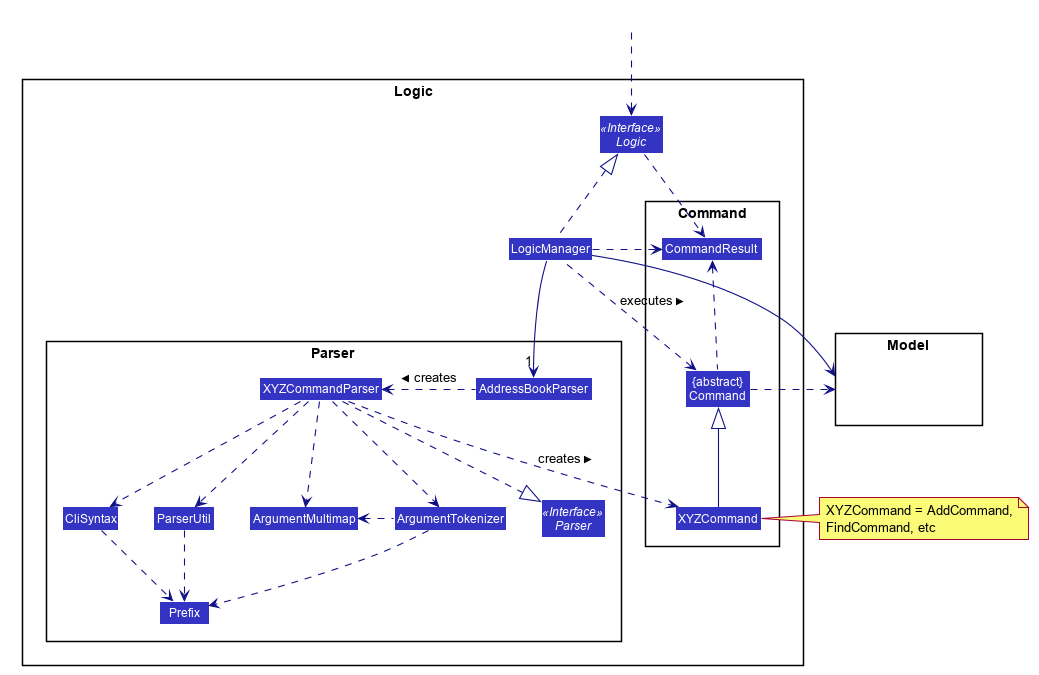
Above: docs/images/LogicClassDiagram.png in nus-cs2103-AY1920S2/addressbook-level3 (PlantUML), before the change.
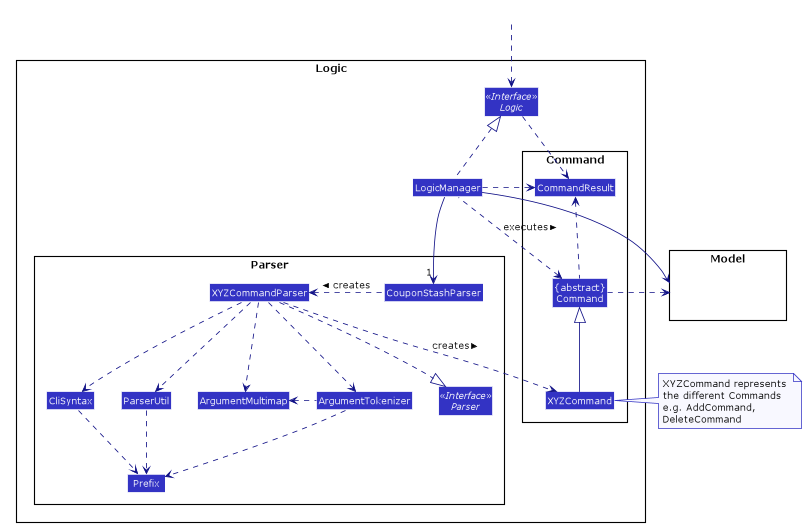
Later version of the same file.

Commit message:
Updated Logic Class Diagram

Change to the diagram source:
```diff
@@ -16,13 +16,13 @@
     BorderThickness 1
     BorderColor #FFFFFF
     StereotypeFontColor #FFFFFF
-    FontName Arial
+    FontName Verdana
 }
 
 skinparam Actor {
     BorderColor #000000
     Color #000000
-    FontName Arial
+    FontName Verdana
 }
 
 skinparam Sequence {
@@ -30,13 +30,18 @@
     BoxFontSize 15
     BoxPadding 0
     BoxFontColor #FFFFFF
-    FontName Arial
+    FontName Verdana
 }
 
 skinparam Participant {
     FontColor #FFFFFFF
     Padding 20
 }
+
+skinparam NoteBackgroundColor ghostwhite
+skinparam NoteBorderColor #3333C4
+skinparam DefaultFontName Verdana
+
 
 skinparam MinClassWidth 50
 skinparam ParticipantPadding 10
@@ -55,7 +60,7 @@
 
 package Parser {
 Interface Parser <<Interface>>
-Class AddressBookParser
+Class CouponStashParser
 Class XYZCommandParser
 Class CliSyntax
 Class ParserUtil
@@ -82,8 +87,8 @@
 HiddenOutside ..> Logic
 
 LogicManager .up.|> Logic
-LogicManager -->"1" AddressBookParser
-AddressBookParser .left.> XYZCommandParser: creates >
+LogicManager -->"1" CouponStashParser
+CouponStashParser .left.> XYZCommandParser: creates >
 
 XYZCommandParser ..> XYZCommand : creates >
 XYZCommandParser ..|> Parser
@@ -100,7 +105,7 @@
 
 LogicManager --> Model
 Command .right.> Model
-note right of XYZCommand: XYZCommand = AddCommand, \nFindCommand, etc
+note right of XYZCommand: XYZCommand represents \nthe different Commands \ne.g. AddCommand, \nDeleteCommand
 
 Logic ..> CommandResult
 LogicManager .down.> CommandResult
```
